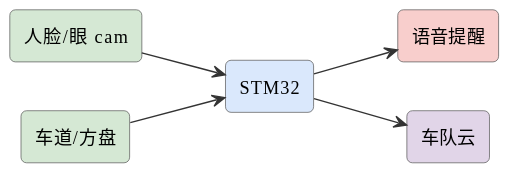
The PlantUML diagram assets/diagrams/ideas-fig64.svg in mingyi0818/IntelligentMcuCourse, before a commit.
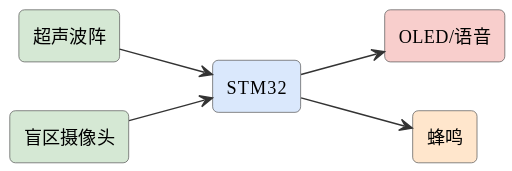
The same diagram one commit later.

Change to the diagram source:
```diff
@@ -6,13 +6,13 @@
 skinparam arrowFontSize 11
 skinparam arrowColor #333
 left to right direction
-rectangle "人脸/眼 cam" as cam #d5e8d4
-rectangle "车道/方盘" as lane #d5e8d4
+rectangle "超声波阵" as ult #d5e8d4
+rectangle "盲区摄像头" as cam #d5e8d4
 rectangle "STM32" as stm #dae8fc
-rectangle "语音提醒" as spk #f8cecc
-rectangle "车队云" as cloud #e1d5e8
+rectangle "OLED/语音" as oled #f8cecc
+rectangle "蜂鸣" as buzz #ffe6cc
+ult --> stm
 cam --> stm
-lane --> stm
-stm --> spk
-stm --> cloud
+stm --> oled
+stm --> buzz
 @enduml
```
